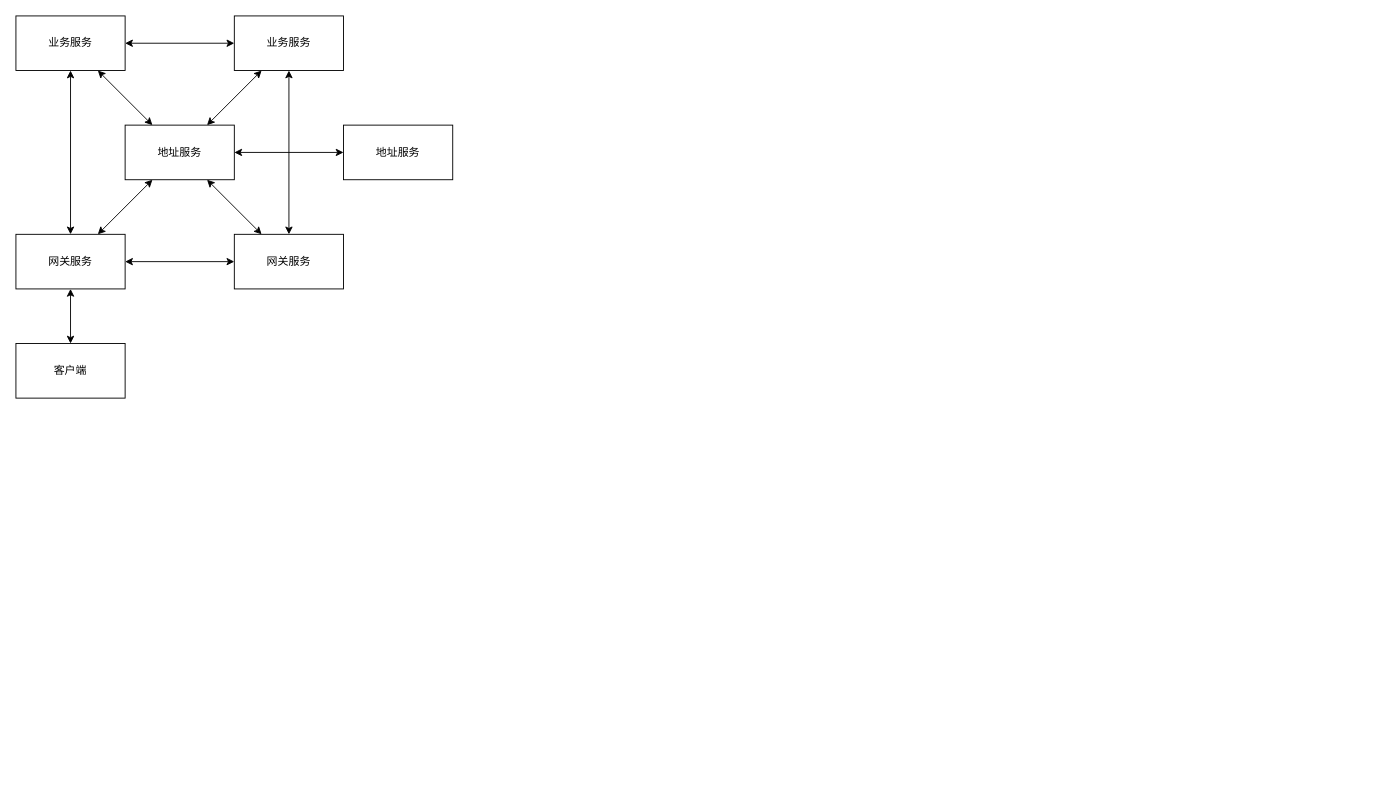
Before: page "消息通信" (2 of 2) of Document/OpenMS.drawio in ChivenZhang/OpenMS, a draw.io diagram. Source tidied: cells renumbered, new cells numbered last; positions are measured from the earlier drawing's top-left corner, leaving out a move shared by most shapes. Both pictures are drawn from the tidied source at 91%, with x=0, y=0 at pixel (15, 15).
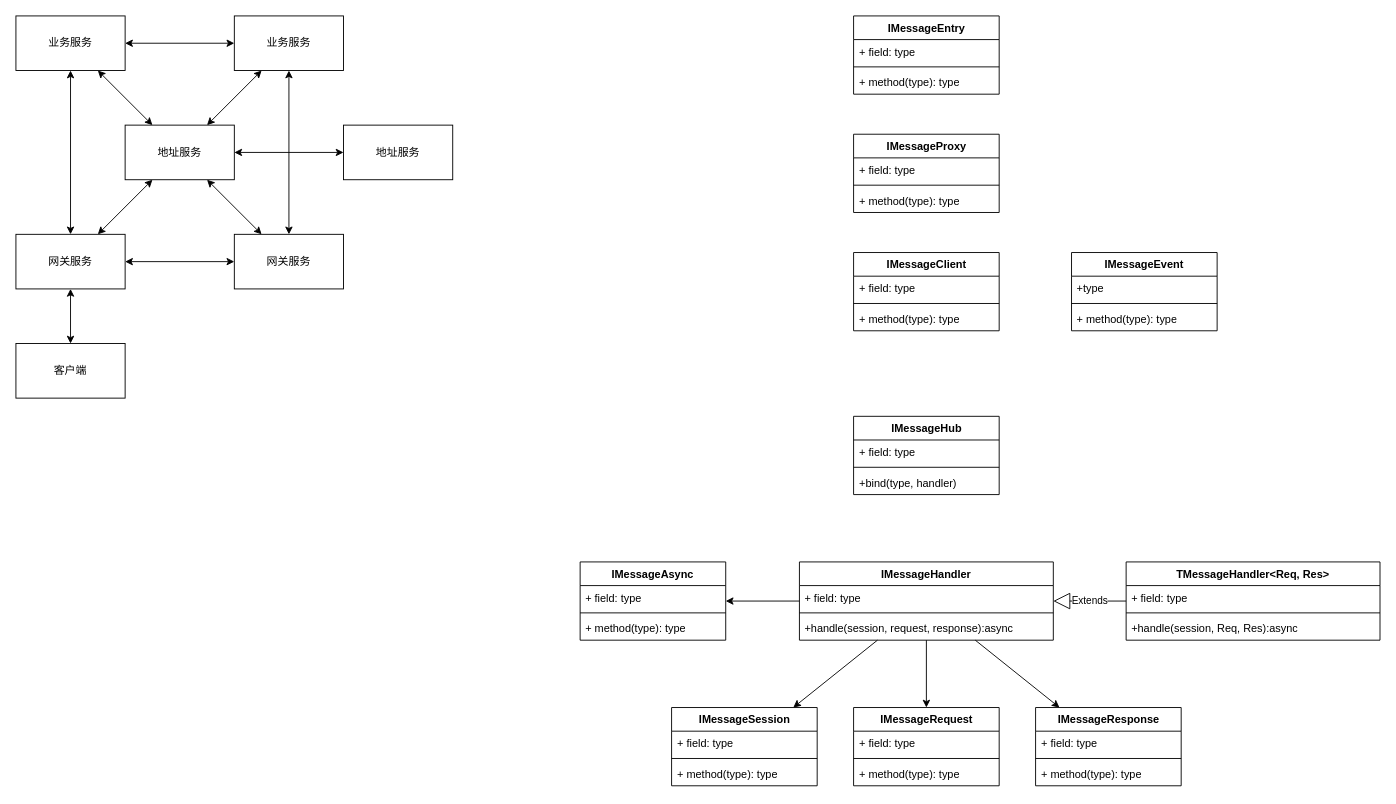
The same diagram, later.

The edit, as a diff of the source:
```diff
@@
+    <mxCell id="19" value="IMessageEvent" style="swimlane;fontStyle=1;align=center;verticalAlign=top;horizontal=1;startSize=26;whiteSpace=wrap;html=1;" parent="1" vertex="1">
+      <mxGeometry x="1160" y="260" width="160" height="86" as="geometry" />
+    </mxCell>
+    <mxCell id="20" value="+type" style="text;strokeColor=none;fillColor=none;align=left;verticalAlign=top;spacingLeft=4;spacingRight=4;overflow=hidden;whiteSpace=wrap;html=1;" parent="19" vertex="1">
+      <mxGeometry y="26" width="160" height="26" as="geometry" />
+    </mxCell>
+    <mxCell id="21" style="line;strokeWidth=1;fillColor=none;align=left;verticalAlign=middle;spacingTop=-1;spacingLeft=3;spacingRight=3;labelPosition=right;strokeColor=inherit;" parent="19" vertex="1">
+      <mxGeometry y="52" width="160" height="8" as="geometry" />
+    </mxCell>
+    <mxCell id="22" value="+ method(type): type" style="text;strokeColor=none;fillColor=none;align=left;verticalAlign=top;spacingLeft=4;spacingRight=4;overflow=hidden;whiteSpace=wrap;html=1;" parent="19" vertex="1">
+      <mxGeometry y="60" width="160" height="26" as="geometry" />
+    </mxCell>
+    <mxCell id="23" value="IMessageAsync" style="swimlane;fontStyle=1;align=center;verticalAlign=top;horizontal=1;startSize=26;whiteSpace=wrap;html=1;" parent="1" vertex="1">
+      <mxGeometry x="620" y="600" width="160" height="86" as="geometry" />
+    </mxCell>
+    <mxCell id="24" value="+ field: type" style="text;strokeColor=none;fillColor=none;align=left;verticalAlign=top;spacingLeft=4;spacingRight=4;overflow=hidden;whiteSpace=wrap;html=1;" parent="23" vertex="1">
+      <mxGeometry y="26" width="160" height="26" as="geometry" />
+    </mxCell>
+    <mxCell id="25" style="line;strokeWidth=1;fillColor=none;align=left;verticalAlign=middle;spacingTop=-1;spacingLeft=3;spacingRight=3;labelPosition=right;strokeColor=inherit;" parent="23" vertex="1">
+      <mxGeometry y="52" width="160" height="8" as="geometry" />
+    </mxCell>
+    <mxCell id="26" value="+ method(type): type" style="text;strokeColor=none;fillColor=none;align=left;verticalAlign=top;spacingLeft=4;spacingRight=4;overflow=hidden;whiteSpace=wrap;html=1;" parent="23" vertex="1">
+      <mxGeometry y="60" width="160" height="26" as="geometry" />
+    </mxCell>
+    <mxCell id="27" value="IMessageHandler" style="swimlane;fontStyle=1;align=center;verticalAlign=top;horizontal=1;startSize=26;whiteSpace=wrap;html=1;" parent="1" vertex="1">
+      <mxGeometry x="861" y="600" width="279" height="86" as="geometry" />
+    </mxCell>
+    <mxCell id="28" value="+ field: type" style="text;strokeColor=none;fillColor=none;align=left;verticalAlign=top;spacingLeft=4;spacingRight=4;overflow=hidden;whiteSpace=wrap;html=1;" parent="27" vertex="1">
+      <mxGeometry y="26" width="279" height="26" as="geometry" />
+    </mxCell>
+    <mxCell id="29" style="line;strokeWidth=1;fillColor=none;align=left;verticalAlign=middle;spacingTop=-1;spacingLeft=3;spacingRight=3;labelPosition=right;strokeColor=inherit;" parent="27" vertex="1">
+      <mxGeometry y="52" width="279" height="8" as="geometry" />
+    </mxCell>
+    <mxCell id="30" value="+handle(session, request, response):async" style="text;strokeColor=none;fillColor=none;align=left;verticalAlign=top;spacingLeft=4;spacingRight=4;overflow=hidden;whiteSpace=wrap;html=1;" parent="27" vertex="1">
+      <mxGeometry y="60" width="279" height="26" as="geometry" />
+    </mxCell>
+    <mxCell id="31" value="TMessageHandler&amp;lt;Req, Res&amp;gt;" style="swimlane;fontStyle=1;align=center;verticalAlign=top;horizontal=1;startSize=26;whiteSpace=wrap;html=1;" parent="1" vertex="1">
+      <mxGeometry x="1220" y="600" width="279" height="86" as="geometry" />
+    </mxCell>
+    <mxCell id="32" value="+ field: type" style="text;strokeColor=none;fillColor=none;align=left;verticalAlign=top;spacingLeft=4;spacingRight=4;overflow=hidden;whiteSpace=wrap;html=1;" parent="31" vertex="1">
+      <mxGeometry y="26" width="279" height="26" as="geometry" />
+    </mxCell>
+    <mxCell id="33" style="line;strokeWidth=1;fillColor=none;align=left;verticalAlign=middle;spacingTop=-1;spacingLeft=3;spacingRight=3;labelPosition=right;strokeColor=inherit;" parent="31" vertex="1">
+      <mxGeometry y="52" width="279" height="8" as="geometry" />
+    </mxCell>
+    <mxCell id="34" value="+handle(session, Req, Res):async" style="text;strokeColor=none;fillColor=none;align=left;verticalAlign=top;spacingLeft=4;spacingRight=4;overflow=hidden;whiteSpace=wrap;html=1;" parent="31" vertex="1">
+      <mxGeometry y="60" width="279" height="26" as="geometry" />
+    </mxCell>
+    <mxCell id="35" value="Extends" style="endArrow=block;endSize=16;endFill=0;html=1;rounded=0;" parent="1" edge="1" source="31" target="27">
+      <mxGeometry relative="1" as="geometry" />
+    </mxCell>
+    <mxCell id="36" value="IMessageSession" style="swimlane;fontStyle=1;align=center;verticalAlign=top;horizontal=1;startSize=26;whiteSpace=wrap;html=1;" parent="1" vertex="1">
+      <mxGeometry x="720.5" y="760" width="160" height="86" as="geometry" />
+    </mxCell>
+    <mxCell id="37" value="+ field: type" style="text;strokeColor=none;fillColor=none;align=left;verticalAlign=top;spacingLeft=4;spacingRight=4;overflow=hidden;whiteSpace=wrap;html=1;" parent="36" vertex="1">
+      <mxGeometry y="26" width="160" height="26" as="geometry" />
+    </mxCell>
+    <mxCell id="38" style="line;strokeWidth=1;fillColor=none;align=left;verticalAlign=middle;spacingTop=-1;spacingLeft=3;spacingRight=3;labelPosition=right;strokeColor=inherit;" parent="36" vertex="1">
+      <mxGeometry y="52" width="160" height="8" as="geometry" />
+    </mxCell>
+    <mxCell id="39" value="+ method(type): type" style="text;strokeColor=none;fillColor=none;align=left;verticalAlign=top;spacingLeft=4;spacingRight=4;overflow=hidden;whiteSpace=wrap;html=1;" parent="36" vertex="1">
+      <mxGeometry y="60" width="160" height="26" as="geometry" />
+    </mxCell>
+    <mxCell id="40" value="IMessageRequest" style="swimlane;fontStyle=1;align=center;verticalAlign=top;horizontal=1;startSize=26;whiteSpace=wrap;html=1;" parent="1" vertex="1">
+      <mxGeometry x="920.5" y="760" width="160" height="86" as="geometry" />
+    </mxCell>
+    <mxCell id="41" value="+ field: type" style="text;strokeColor=none;fillColor=none;align=left;verticalAlign=top;spacingLeft=4;spacingRight=4;overflow=hidden;whiteSpace=wrap;html=1;" parent="40" vertex="1">
+      <mxGeometry y="26" width="160" height="26" as="geometry" />
+    </mxCell>
+    <mxCell id="42" style="line;strokeWidth=1;fillColor=none;align=left;verticalAlign=middle;spacingTop=-1;spacingLeft=3;spacingRight=3;labelPosition=right;strokeColor=inherit;" parent="40" vertex="1">
+      <mxGeometry y="52" width="160" height="8" as="geometry" />
+    </mxCell>
+    <mxCell id="43" value="+ method(type): type" style="text;strokeColor=none;fillColor=none;align=left;verticalAlign=top;spacingLeft=4;spacingRight=4;overflow=hidden;whiteSpace=wrap;html=1;" parent="40" vertex="1">
+      <mxGeometry y="60" width="160" height="26" as="geometry" />
+    </mxCell>
+    <mxCell id="44" value="IMessageResponse" style="swimlane;fontStyle=1;align=center;verticalAlign=top;horizontal=1;startSize=26;whiteSpace=wrap;html=1;" parent="1" vertex="1">
+      <mxGeometry x="1120.5" y="760" width="160" height="86" as="geometry" />
+    </mxCell>
+    <mxCell id="45" value="+ field: type" style="text;strokeColor=none;fillColor=none;align=left;verticalAlign=top;spacingLeft=4;spacingRight=4;overflow=hidden;whiteSpace=wrap;html=1;" parent="44" vertex="1">
+      <mxGeometry y="26" width="160" height="26" as="geometry" />
+    </mxCell>
+    <mxCell id="46" style="line;strokeWidth=1;fillColor=none;align=left;verticalAlign=middle;spacingTop=-1;spacingLeft=3;spacingRight=3;labelPosition=right;strokeColor=inherit;" parent="44" vertex="1">
+      <mxGeometry y="52" width="160" height="8" as="geometry" />
+    </mxCell>
+    <mxCell id="47" value="+ method(type): type" style="text;strokeColor=none;fillColor=none;align=left;verticalAlign=top;spacingLeft=4;spacingRight=4;overflow=hidden;whiteSpace=wrap;html=1;" parent="44" vertex="1">
+      <mxGeometry y="60" width="160" height="26" as="geometry" />
+    </mxCell>
+    <mxCell id="48" style="endArrow=classic;html=1;rounded=0;" parent="1" edge="1" source="27" target="36">
+      <mxGeometry relative="1" as="geometry" />
+    </mxCell>
+    <mxCell id="49" style="endArrow=classic;html=1;rounded=0;" parent="1" edge="1" source="27" target="40">
+      <mxGeometry relative="1" as="geometry" />
+    </mxCell>
+    <mxCell id="50" style="endArrow=classic;html=1;rounded=0;" parent="1" edge="1" source="27" target="44">
+      <mxGeometry relative="1" as="geometry" />
+    </mxCell>
+    <mxCell id="51" style="endArrow=classic;html=1;rounded=0;" parent="1" edge="1" source="27" target="23">
+      <mxGeometry relative="1" as="geometry" />
+    </mxCell>
+    <mxCell id="52" value="IMessageEntry" style="swimlane;fontStyle=1;align=center;verticalAlign=top;horizontal=1;startSize=26;whiteSpace=wrap;html=1;" parent="1" vertex="1">
+      <mxGeometry x="920.5" width="160" height="86" as="geometry" />
+    </mxCell>
+    <mxCell id="53" value="+ field: type" style="text;strokeColor=none;fillColor=none;align=left;verticalAlign=top;spacingLeft=4;spacingRight=4;overflow=hidden;whiteSpace=wrap;html=1;" parent="52" vertex="1">
+      <mxGeometry y="26" width="160" height="26" as="geometry" />
+    </mxCell>
+    <mxCell id="54" style="line;strokeWidth=1;fillColor=none;align=left;verticalAlign=middle;spacingTop=-1;spacingLeft=3;spacingRight=3;labelPosition=right;strokeColor=inherit;" parent="52" vertex="1">
+      <mxGeometry y="52" width="160" height="8" as="geometry" />
+    </mxCell>
+    <mxCell id="55" value="+ method(type): type" style="text;strokeColor=none;fillColor=none;align=left;verticalAlign=top;spacingLeft=4;spacingRight=4;overflow=hidden;whiteSpace=wrap;html=1;" parent="52" vertex="1">
+      <mxGeometry y="60" width="160" height="26" as="geometry" />
+    </mxCell>
+    <mxCell id="56" value="IMessageProxy" style="swimlane;fontStyle=1;align=center;verticalAlign=top;horizontal=1;startSize=26;whiteSpace=wrap;html=1;" parent="1" vertex="1">
+      <mxGeometry x="920.5" y="130" width="160" height="86" as="geometry" />
+    </mxCell>
+    <mxCell id="57" value="+ field: type" style="text;strokeColor=none;fillColor=none;align=left;verticalAlign=top;spacingLeft=4;spacingRight=4;overflow=hidden;whiteSpace=wrap;html=1;" parent="56" vertex="1">
+      <mxGeometry y="26" width="160" height="26" as="geometry" />
+    </mxCell>
+    <mxCell id="58" style="line;strokeWidth=1;fillColor=none;align=left;verticalAlign=middle;spacingTop=-1;spacingLeft=3;spacingRight=3;labelPosition=right;strokeColor=inherit;" parent="56" vertex="1">
+      <mxGeometry y="52" width="160" height="8" as="geometry" />
+    </mxCell>
+    <mxCell id="59" value="+ method(type): type" style="text;strokeColor=none;fillColor=none;align=left;verticalAlign=top;spacingLeft=4;spacingRight=4;overflow=hidden;whiteSpace=wrap;html=1;" parent="56" vertex="1">
+      <mxGeometry y="60" width="160" height="26" as="geometry" />
+    </mxCell>
+    <mxCell id="60" value="IMessageClient" style="swimlane;fontStyle=1;align=center;verticalAlign=top;horizontal=1;startSize=26;whiteSpace=wrap;html=1;" parent="1" vertex="1">
+      <mxGeometry x="920.5" y="260" width="160" height="86" as="geometry" />
+    </mxCell>
+    <mxCell id="61" value="+ field: type" style="text;strokeColor=none;fillColor=none;align=left;verticalAlign=top;spacingLeft=4;spacingRight=4;overflow=hidden;whiteSpace=wrap;html=1;" parent="60" vertex="1">
+      <mxGeometry y="26" width="160" height="26" as="geometry" />
+    </mxCell>
+    <mxCell id="62" style="line;strokeWidth=1;fillColor=none;align=left;verticalAlign=middle;spacingTop=-1;spacingLeft=3;spacingRight=3;labelPosition=right;strokeColor=inherit;" parent="60" vertex="1">
+      <mxGeometry y="52" width="160" height="8" as="geometry" />
+    </mxCell>
+    <mxCell id="63" value="+ method(type): type" style="text;strokeColor=none;fillColor=none;align=left;verticalAlign=top;spacingLeft=4;spacingRight=4;overflow=hidden;whiteSpace=wrap;html=1;" parent="60" vertex="1">
+      <mxGeometry y="60" width="160" height="26" as="geometry" />
+    </mxCell>
+    <mxCell id="64" value="IMessageHub" style="swimlane;fontStyle=1;align=center;verticalAlign=top;horizontal=1;startSize=26;whiteSpace=wrap;html=1;" parent="1" vertex="1">
+      <mxGeometry x="920.5" y="440" width="160" height="86" as="geometry" />
+    </mxCell>
+    <mxCell id="65" value="+ field: type" style="text;strokeColor=none;fillColor=none;align=left;verticalAlign=top;spacingLeft=4;spacingRight=4;overflow=hidden;whiteSpace=wrap;html=1;" parent="64" vertex="1">
+      <mxGeometry y="26" width="160" height="26" as="geometry" />
+    </mxCell>
+    <mxCell id="66" style="line;strokeWidth=1;fillColor=none;align=left;verticalAlign=middle;spacingTop=-1;spacingLeft=3;spacingRight=3;labelPosition=right;strokeColor=inherit;" parent="64" vertex="1">
+      <mxGeometry y="52" width="160" height="8" as="geometry" />
+    </mxCell>
+    <mxCell id="67" value="+bind(type, handler)" style="text;strokeColor=none;fillColor=none;align=left;verticalAlign=top;spacingLeft=4;spacingRight=4;overflow=hidden;whiteSpace=wrap;html=1;" parent="64" vertex="1">
+      <mxGeometry y="60" width="160" height="26" as="geometry" />
+    </mxCell>
```
